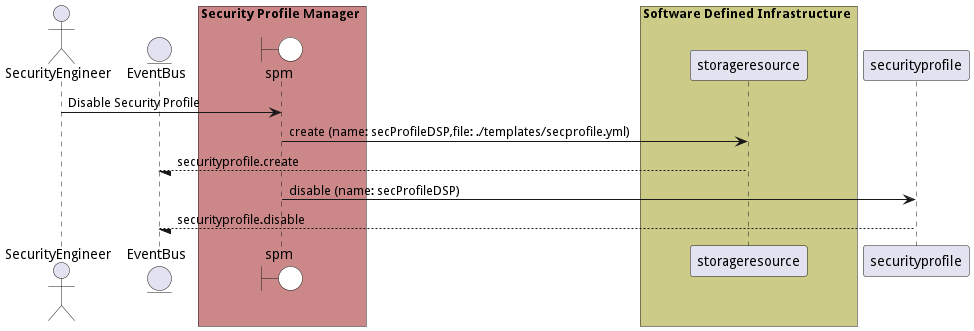
Before: docs/edgemere/sa/spm/usecases/managesecurityprofiles/DisableSecurityProfile.png, a diagram exported from PlantUML (madajaju/edgemere).
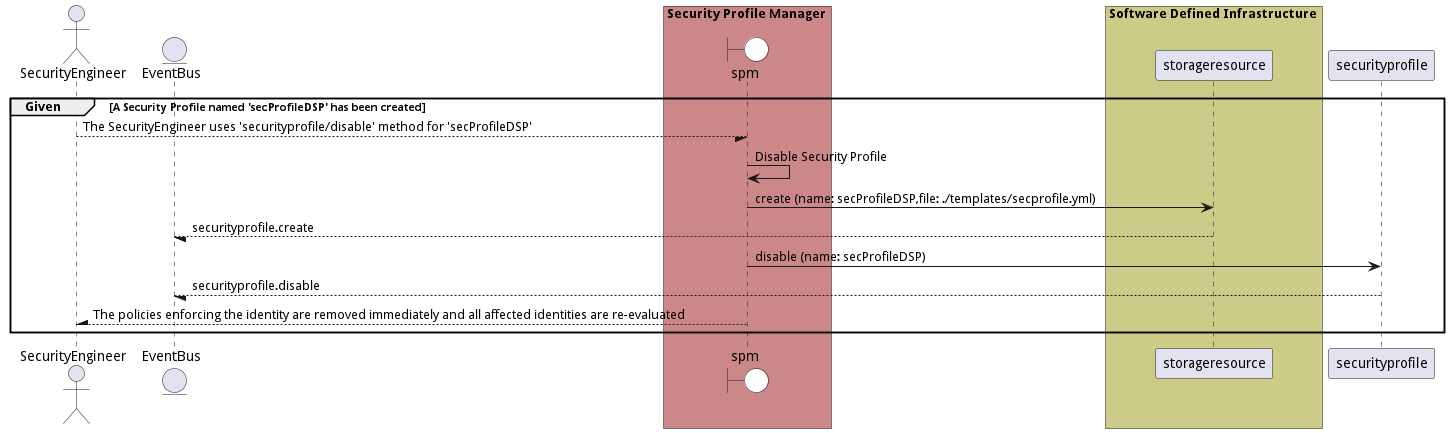
Above is the later version.

Change to the diagram source:
```diff
@@ -1,4 +1,5 @@
 @startuml
+
 
 actor "SecurityEngineer"
 
@@ -17,8 +18,10 @@
 box Security Profile Manager #cc8888
     end box
 
+group Given [A Security Profile named &#39;secProfileDSP&#39; has been created]
 
-"SecurityEngineer" -> spm: Disable Security Profile
+"SecurityEngineer" --/ spm: The SecurityEngineer uses &#39;securityprofile/disable&#39; method for &#39;secProfileDSP&#39;
+"spm" -> spm: Disable Security Profile
 
     spm -> "storageresource": create (name: secProfileDSP,file: ./templates/secprofile.yml)
 
@@ -30,4 +33,9 @@
 
 
 
+"SecurityEngineer" /-- spm: The policies enforcing the identity are removed immediately and all affected identities are re-evaluated
+
+
+end
+
 @enduml
```
